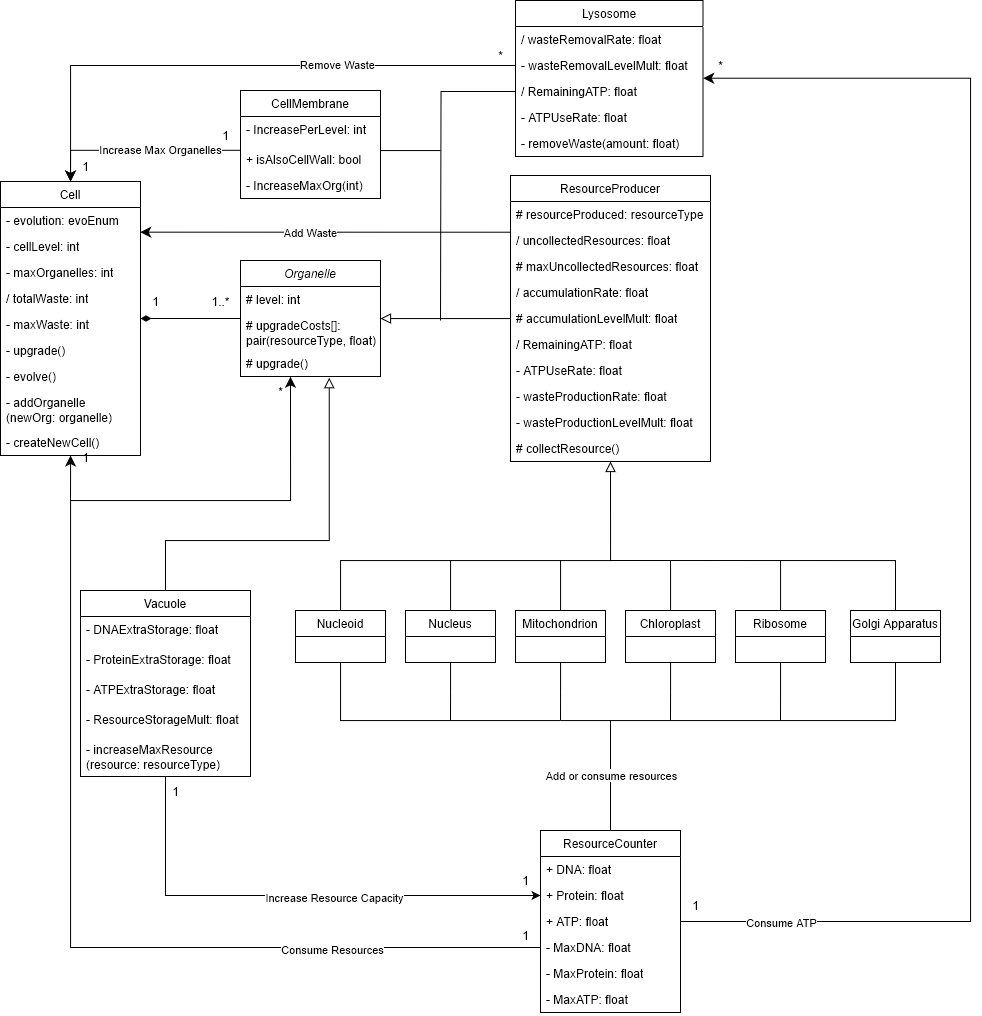
joyp72/Cell-Builder keeps this draw.io diagram as images/class.png. Above is the earlier version. Source tidied: cells renumbered, new cells last; positions are measured from the earlier drawing's top-left corner, leaving out a move shared by most shapes.
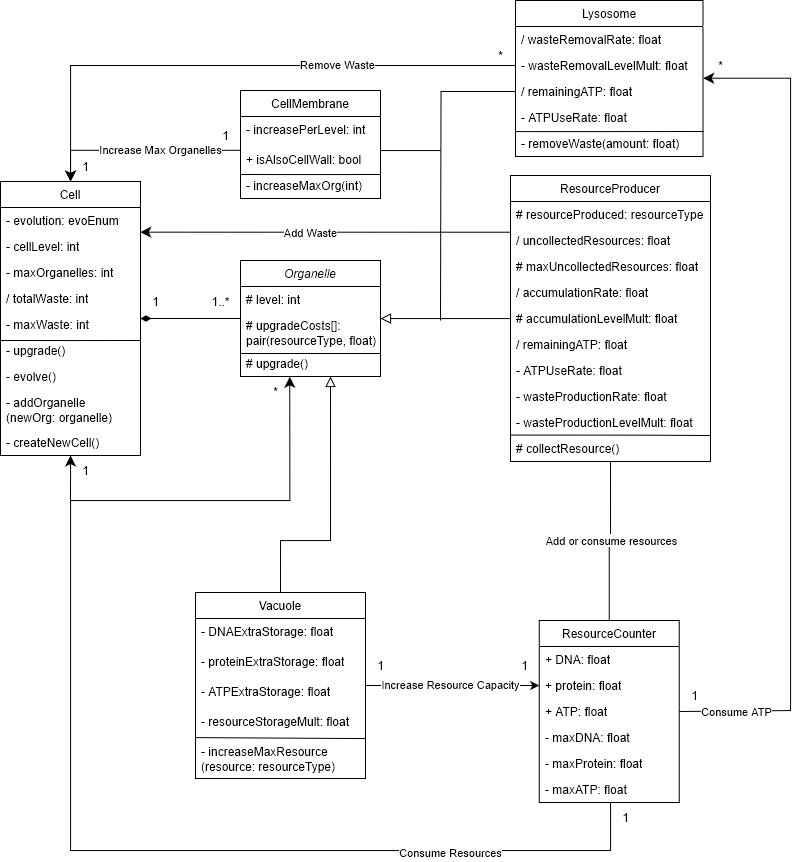
After the change.

Commit message:
update class diagram

Diff of the diagram source:
```diff
@@ -27,2 +27,11 @@
     </mxCell>
+    <mxCell id="100" style="edgeStyle=orthogonalEdgeStyle;rounded=0;orthogonalLoop=1;jettySize=auto;html=1;endArrow=none;endFill=0;" parent="3" edge="1">
+      <mxGeometry relative="1" as="geometry">
+        <mxPoint y="159" as="sourcePoint" />
+        <mxPoint x="140" y="159" as="targetPoint" />
+        <Array as="points">
+          <mxPoint x="70" y="159" />
+        </Array>
+      </mxGeometry>
+    </mxCell>
     <mxCell id="9" value="&lt;div&gt;- upgrade()&lt;/div&gt;" style="text;strokeColor=none;fillColor=none;align=left;verticalAlign=top;spacingLeft=4;spacingRight=4;overflow=hidden;whiteSpace=wrap;html=1;" parent="3" vertex="1">
@@ -91,3 +100,3 @@
     </mxCell>
-    <mxCell id="27" value="/ RemainingATP: float" style="text;strokeColor=none;fillColor=none;align=left;verticalAlign=top;spacingLeft=4;spacingRight=4;overflow=hidden;whiteSpace=wrap;html=1;" parent="21" vertex="1">
+    <mxCell id="27" value="/ remainingATP: float" style="text;strokeColor=none;fillColor=none;align=left;verticalAlign=top;spacingLeft=4;spacingRight=4;overflow=hidden;whiteSpace=wrap;html=1;" parent="21" vertex="1">
       <mxGeometry y="156" width="200" height="26" as="geometry" />
@@ -103,2 +112,10 @@
     </mxCell>
+    <mxCell id="101" style="edgeStyle=orthogonalEdgeStyle;rounded=0;jettySize=auto;html=1;endArrow=none;endFill=0;exitX=0;exitY=0.983;exitDx=0;exitDy=0;exitPerimeter=0;" parent="21" edge="1" source="30">
+      <mxGeometry relative="1" as="geometry">
+        <mxPoint x="200" y="260" as="targetPoint" />
+        <Array as="points">
+          <mxPoint x="130" y="260" />
+        </Array>
+      </mxGeometry>
+    </mxCell>
     <mxCell id="31" value="# collectResource()" style="text;strokeColor=none;fillColor=none;align=left;verticalAlign=top;spacingLeft=4;spacingRight=4;overflow=hidden;whiteSpace=wrap;html=1;" parent="21" vertex="1">
@@ -107,3 +124,3 @@
     <mxCell id="32" value="ResourceCounter" style="swimlane;fontStyle=0;horizontal=1;startSize=26;fillColor=none;whiteSpace=wrap;html=1;" parent="1" vertex="1">
-      <mxGeometry x="540" y="830" width="140" height="182" as="geometry" />
+      <mxGeometry x="538.8" y="620" width="140" height="182" as="geometry" />
     </mxCell>
@@ -112,3 +129,3 @@
     </mxCell>
-    <mxCell id="34" value="+ Protein: float" style="text;strokeColor=none;fillColor=none;align=left;verticalAlign=top;spacingLeft=4;spacingRight=4;overflow=hidden;points=[[0,0.5],[1,0.5]];portConstraint=eastwest;whiteSpace=wrap;html=1;" parent="32" vertex="1">
+    <mxCell id="34" value="+ protein: float" style="text;strokeColor=none;fillColor=none;align=left;verticalAlign=top;spacingLeft=4;spacingRight=4;overflow=hidden;points=[[0,0.5],[1,0.5]];portConstraint=eastwest;whiteSpace=wrap;html=1;" parent="32" vertex="1">
       <mxGeometry y="52" width="140" height="26" as="geometry" />
@@ -118,9 +135,9 @@
     </mxCell>
-    <mxCell id="36" value="- MaxDNA: float" style="text;strokeColor=none;fillColor=none;align=left;verticalAlign=top;spacingLeft=4;spacingRight=4;overflow=hidden;points=[[0,0.5],[1,0.5]];portConstraint=eastwest;whiteSpace=wrap;html=1;" parent="32" vertex="1">
+    <mxCell id="36" value="- maxDNA: float" style="text;strokeColor=none;fillColor=none;align=left;verticalAlign=top;spacingLeft=4;spacingRight=4;overflow=hidden;points=[[0,0.5],[1,0.5]];portConstraint=eastwest;whiteSpace=wrap;html=1;" parent="32" vertex="1">
       <mxGeometry y="104" width="140" height="26" as="geometry" />
     </mxCell>
-    <mxCell id="37" value="- MaxProtein: float" style="text;strokeColor=none;fillColor=none;align=left;verticalAlign=top;spacingLeft=4;spacingRight=4;overflow=hidden;whiteSpace=wrap;html=1;" parent="32" vertex="1">
+    <mxCell id="37" value="- maxProtein: float" style="text;strokeColor=none;fillColor=none;align=left;verticalAlign=top;spacingLeft=4;spacingRight=4;overflow=hidden;whiteSpace=wrap;html=1;" parent="32" vertex="1">
       <mxGeometry y="130" width="140" height="26" as="geometry" />
     </mxCell>
-    <mxCell id="38" value="- MaxATP: float" style="text;strokeColor=none;fillColor=none;align=left;verticalAlign=top;spacingLeft=4;spacingRight=4;overflow=hidden;whiteSpace=wrap;html=1;" parent="32" vertex="1">
+    <mxCell id="38" value="- maxATP: float" style="text;strokeColor=none;fillColor=none;align=left;verticalAlign=top;spacingLeft=4;spacingRight=4;overflow=hidden;whiteSpace=wrap;html=1;" parent="32" vertex="1">
       <mxGeometry y="156" width="140" height="26" as="geometry" />
@@ -131,6 +148,8 @@
     <mxCell id="40" value="Increase Resource Capacity" style="edgeLabel;html=1;align=center;verticalAlign=middle;" parent="39" vertex="1">
-      <mxGeometry x="0.16" y="-1" relative="1" as="geometry" />
+      <mxGeometry x="0.16" y="-1" relative="1" as="geometry">
+        <mxPoint x="-17" y="-3" as="offset" />
+      </mxGeometry>
     </mxCell>
     <mxCell id="41" value="Vacuole" style="swimlane;fontStyle=0;horizontal=1;startSize=26;fillColor=none;whiteSpace=wrap;html=1;" parent="1" vertex="1">
-      <mxGeometry x="80" y="590" width="170" height="186" as="geometry" />
+      <mxGeometry x="195" y="592" width="170" height="186" as="geometry" />
     </mxCell>
@@ -139,3 +158,3 @@
     </mxCell>
-    <mxCell id="43" value="- ProteinExtraStorage: float" style="text;strokeColor=none;fillColor=none;align=left;verticalAlign=top;spacingLeft=4;spacingRight=4;overflow=hidden;whiteSpace=wrap;html=1;" parent="41" vertex="1">
+    <mxCell id="43" value="- proteinExtraStorage: float" style="text;strokeColor=none;fillColor=none;align=left;verticalAlign=top;spacingLeft=4;spacingRight=4;overflow=hidden;whiteSpace=wrap;html=1;" parent="41" vertex="1">
       <mxGeometry y="56" width="170" height="30" as="geometry" />
@@ -145,3 +164,3 @@
     </mxCell>
-    <mxCell id="45" value="- ResourceStorageMult: float" style="text;strokeColor=none;fillColor=none;align=left;verticalAlign=top;spacingLeft=4;spacingRight=4;overflow=hidden;whiteSpace=wrap;html=1;" parent="41" vertex="1">
+    <mxCell id="45" value="- resourceStorageMult: float" style="text;strokeColor=none;fillColor=none;align=left;verticalAlign=top;spacingLeft=4;spacingRight=4;overflow=hidden;whiteSpace=wrap;html=1;" parent="41" vertex="1">
       <mxGeometry y="116" width="170" height="30" as="geometry" />
@@ -151,9 +170,4 @@
     </mxCell>
-    <mxCell id="47" style="edgeStyle=orthogonalEdgeStyle;rounded=0;jettySize=auto;html=1;endArrow=none;endFill=0;entryX=0.5;entryY=0;entryDx=0;entryDy=0;startSize=8;endSize=8;" parent="1" edge="1" target="32">
-      <mxGeometry relative="1" as="geometry">
-        <mxPoint x="610" y="720" as="sourcePoint" />
-        <Array as="points">
-          <mxPoint x="610" y="720" />
-        </Array>
-      </mxGeometry>
+    <mxCell id="47" style="edgeStyle=orthogonalEdgeStyle;rounded=0;jettySize=auto;html=1;endArrow=none;endFill=0;entryX=0.5;entryY=0;entryDx=0;entryDy=0;startSize=8;endSize=8;exitX=0.5;exitY=1;exitDx=0;exitDy=0;startArrow=none;startFill=0;" parent="1" edge="1" source="21" target="32">
+      <mxGeometry relative="1" as="geometry" />
     </mxCell>
@@ -162,110 +176,8 @@
     </mxCell>
-    <mxCell id="49" style="edgeStyle=orthogonalEdgeStyle;rounded=0;jettySize=auto;html=1;endArrow=block;endFill=0;startSize=8;endSize=8;entryX=0.5;entryY=1;entryDx=0;entryDy=0;" parent="1" edge="1" source="50" target="21">
-      <mxGeometry relative="1" as="geometry">
-        <Array as="points">
-          <mxPoint x="560" y="560" />
-          <mxPoint x="610" y="560" />
-        </Array>
-      </mxGeometry>
-    </mxCell>
-    <mxCell id="50" value="Mitochondrion" style="swimlane;fontStyle=0;horizontal=1;startSize=26;fillColor=none;whiteSpace=wrap;html=1;" parent="1" vertex="1">
-      <mxGeometry x="515" y="610" width="90" height="52" as="geometry" />
-    </mxCell>
-    <mxCell id="51" style="edgeStyle=orthogonalEdgeStyle;rounded=0;jettySize=auto;html=1;endArrow=none;endFill=0;" parent="1" edge="1" source="53">
-      <mxGeometry relative="1" as="geometry">
-        <mxPoint x="670" y="720" as="targetPoint" />
-      </mxGeometry>
-    </mxCell>
-    <mxCell id="52" style="edgeStyle=orthogonalEdgeStyle;rounded=0;jettySize=auto;html=1;endArrow=none;endFill=0;" parent="1" edge="1" source="53">
-      <mxGeometry relative="1" as="geometry">
-        <mxPoint x="670" y="560" as="targetPoint" />
-        <Array as="points">
-          <mxPoint x="670" y="570" />
-          <mxPoint x="670" y="570" />
-        </Array>
-      </mxGeometry>
-    </mxCell>
-    <mxCell id="53" value="Chloroplast" style="swimlane;fontStyle=0;horizontal=1;startSize=26;fillColor=none;whiteSpace=wrap;html=1;" parent="1" vertex="1">
-      <mxGeometry x="625" y="610" width="90" height="52" as="geometry" />
-    </mxCell>
-    <mxCell id="54" style="edgeStyle=orthogonalEdgeStyle;rounded=0;jettySize=auto;html=1;endArrow=none;endFill=0;" parent="1" edge="1" source="55">
-      <mxGeometry relative="1" as="geometry">
-        <mxPoint x="560" y="560" as="targetPoint" />
-        <Array as="points">
-          <mxPoint x="450" y="560" />
-          <mxPoint x="560" y="560" />
-        </Array>
-      </mxGeometry>
-    </mxCell>
-    <mxCell id="55" value="Nucleus" style="swimlane;fontStyle=0;horizontal=1;startSize=26;fillColor=none;whiteSpace=wrap;html=1;" parent="1" vertex="1">
-      <mxGeometry x="405" y="610" width="90" height="52" as="geometry" />
-    </mxCell>
-    <mxCell id="56" style="edgeStyle=orthogonalEdgeStyle;rounded=0;jettySize=auto;html=1;endArrow=none;endFill=0;" parent="1" edge="1" source="58">
-      <mxGeometry relative="1" as="geometry">
-        <mxPoint x="560" y="720" as="targetPoint" />
-        <Array as="points">
-          <mxPoint x="340" y="720" />
-          <mxPoint x="560" y="720" />
-        </Array>
-      </mxGeometry>
-    </mxCell>
-    <mxCell id="57" style="edgeStyle=orthogonalEdgeStyle;rounded=0;jettySize=auto;html=1;endArrow=none;endFill=0;" parent="1" edge="1" source="58">
-      <mxGeometry relative="1" as="geometry">
-        <mxPoint x="450" y="560" as="targetPoint" />
-        <Array as="points">
-          <mxPoint x="340" y="560" />
-          <mxPoint x="450" y="560" />
-        </Array>
-      </mxGeometry>
-    </mxCell>
-    <mxCell id="58" value="Nucleoid" style="swimlane;fontStyle=0;horizontal=1;startSize=26;fillColor=none;whiteSpace=wrap;html=1;" parent="1" vertex="1">
-      <mxGeometry x="295" y="610" width="90" height="52" as="geometry" />
-    </mxCell>
-    <mxCell id="59" style="edgeStyle=orthogonalEdgeStyle;rounded=0;jettySize=auto;html=1;endArrow=none;endFill=0;" parent="1" edge="1" source="61">
-      <mxGeometry relative="1" as="geometry">
-        <mxPoint x="780" y="720" as="targetPoint" />
-      </mxGeometry>
-    </mxCell>
-    <mxCell id="60" style="edgeStyle=orthogonalEdgeStyle;rounded=0;jettySize=auto;html=1;endArrow=none;endFill=0;" parent="1" edge="1" source="61">
-      <mxGeometry relative="1" as="geometry">
-        <mxPoint x="780" y="560" as="targetPoint" />
-        <Array as="points">
-          <mxPoint x="780" y="560" />
-          <mxPoint x="780" y="560" />
-        </Array>
-      </mxGeometry>
-    </mxCell>
-    <mxCell id="61" value="Ribosome" style="swimlane;fontStyle=0;horizontal=1;startSize=26;fillColor=none;whiteSpace=wrap;html=1;" parent="1" vertex="1">
-      <mxGeometry x="735" y="610" width="90" height="52" as="geometry" />
-    </mxCell>
-    <mxCell id="62" style="edgeStyle=orthogonalEdgeStyle;rounded=0;jettySize=auto;html=1;endArrow=none;endFill=0;" parent="1" edge="1" source="64">
-      <mxGeometry relative="1" as="geometry">
-        <mxPoint x="610" y="560" as="targetPoint" />
-        <Array as="points">
-          <mxPoint x="895" y="560" />
-        </Array>
-      </mxGeometry>
-    </mxCell>
-    <mxCell id="63" style="edgeStyle=orthogonalEdgeStyle;rounded=0;jettySize=auto;html=1;endArrow=none;endFill=0;" parent="1" edge="1" source="64">
-      <mxGeometry relative="1" as="geometry">
-        <mxPoint x="560" y="720" as="targetPoint" />
-        <Array as="points">
-          <mxPoint x="895" y="720" />
-          <mxPoint x="560" y="720" />
-        </Array>
-      </mxGeometry>
-    </mxCell>
-    <mxCell id="64" value="Golgi Apparatus" style="swimlane;fontStyle=0;horizontal=1;startSize=26;fillColor=none;whiteSpace=wrap;html=1;" parent="1" vertex="1">
-      <mxGeometry x="850" y="610" width="90" height="52" as="geometry" />
-    </mxCell>
-    <mxCell id="65" style="edgeStyle=orthogonalEdgeStyle;rounded=0;jettySize=auto;html=1;endArrow=none;endFill=0;" parent="1" edge="1" source="55">
-      <mxGeometry relative="1" as="geometry">
-        <mxPoint x="450" y="720" as="targetPoint" />
-      </mxGeometry>
-    </mxCell>
-    <mxCell id="66" style="edgeStyle=orthogonalEdgeStyle;rounded=0;jettySize=auto;html=1;endArrow=block;endFill=0;exitX=0.5;exitY=0;exitDx=0;exitDy=0;endSize=8;entryX=0.634;entryY=1.046;entryDx=0;entryDy=0;entryPerimeter=0;" parent="1" edge="1" source="41" target="18">
+    <mxCell id="66" style="edgeStyle=orthogonalEdgeStyle;rounded=0;jettySize=auto;html=1;endArrow=block;endFill=0;exitX=0.5;exitY=0;exitDx=0;exitDy=0;endSize=8;" parent="1" edge="1" source="41">
       <mxGeometry relative="1" as="geometry">
+        <mxPoint x="330" y="376" as="targetPoint" />
         <Array as="points">
-          <mxPoint x="165" y="540" />
-          <mxPoint x="329" y="540" />
+          <mxPoint x="280" y="540" />
+          <mxPoint x="330" y="540" />
         </Array>
@@ -273,7 +185,2 @@
     </mxCell>
-    <mxCell id="67" style="edgeStyle=orthogonalEdgeStyle;rounded=0;jettySize=auto;html=1;endArrow=none;endFill=0;" parent="1" edge="1" source="50">
-      <mxGeometry relative="1" as="geometry">
-        <mxPoint x="560" y="720" as="targetPoint" />
-      </mxGeometry>
-    </mxCell>
     <mxCell id="68" value="1..*" style="text;html=1;align=center;verticalAlign=middle;strokeColor=none;fillColor=none;" parent="1" vertex="1">
@@ -303,3 +210,3 @@
     </mxCell>
-    <mxCell id="74" value="&lt;div&gt;- IncreasePerLevel: int&lt;/div&gt;" style="text;strokeColor=none;fillColor=none;align=left;verticalAlign=top;spacingLeft=4;spacingRight=4;overflow=hidden;whiteSpace=wrap;html=1;" parent="73" vertex="1">
+    <mxCell id="74" value="&lt;div&gt;- increasePerLevel: int&lt;/div&gt;" style="text;strokeColor=none;fillColor=none;align=left;verticalAlign=top;spacingLeft=4;spacingRight=4;overflow=hidden;whiteSpace=wrap;html=1;" parent="73" vertex="1">
       <mxGeometry y="26" width="140" height="30" as="geometry" />
@@ -309,3 +216,3 @@
     </mxCell>
-    <mxCell id="76" value="- IncreaseMaxOrg(int)" style="text;strokeColor=none;fillColor=none;align=left;verticalAlign=top;spacingLeft=4;spacingRight=4;overflow=hidden;whiteSpace=wrap;html=1;" parent="73" vertex="1">
+    <mxCell id="76" value="- increaseMaxOrg(int)" style="text;strokeColor=none;fillColor=none;align=left;verticalAlign=top;spacingLeft=4;spacingRight=4;overflow=hidden;whiteSpace=wrap;html=1;" parent="73" vertex="1">
       <mxGeometry y="82" width="140" height="26" as="geometry" />
@@ -321,3 +228,3 @@
     </mxCell>
-    <mxCell id="80" value="/ RemainingATP: float" style="text;strokeColor=none;fillColor=none;align=left;verticalAlign=top;spacingLeft=4;spacingRight=4;overflow=hidden;points=[[0,0.5],[1,0.5]];portConstraint=eastwest;whiteSpace=wrap;html=1;" parent="77" vertex="1">
+    <mxCell id="80" value="/ remainingATP: float" style="text;strokeColor=none;fillColor=none;align=left;verticalAlign=top;spacingLeft=4;spacingRight=4;overflow=hidden;points=[[0,0.5],[1,0.5]];portConstraint=eastwest;whiteSpace=wrap;html=1;" parent="77" vertex="1">
       <mxGeometry y="78" width="187.5" height="26" as="geometry" />
@@ -343,7 +250,7 @@
     </mxCell>
-    <mxCell id="86" style="edgeStyle=orthogonalEdgeStyle;rounded=0;jettySize=auto;html=1;endSize=8;entryX=1.001;entryY=-0.011;entryDx=0;entryDy=0;entryPerimeter=0;" parent="1" edge="1" source="35" target="80">
+    <mxCell id="86" style="edgeStyle=orthogonalEdgeStyle;rounded=0;jettySize=auto;html=1;endSize=8;entryX=1.001;entryY=-0.011;entryDx=0;entryDy=0;entryPerimeter=0;exitX=1;exitY=0.5;exitDx=0;exitDy=0;" parent="1" edge="1" source="35" target="80">
       <mxGeometry relative="1" as="geometry">
         <Array as="points">
-          <mxPoint x="970" y="921" />
-          <mxPoint x="970" y="78" />
+          <mxPoint x="790" y="710" />
+          <mxPoint x="790" y="78" />
         </Array>
@@ -353,11 +260,12 @@
       <mxGeometry x="0.01" y="1" relative="1" as="geometry">
-        <mxPoint x="-189" y="421" as="offset" />
+        <mxPoint x="-54" y="310" as="offset" />
       </mxGeometry>
     </mxCell>
-    <mxCell id="88" style="edgeStyle=orthogonalEdgeStyle;rounded=0;jettySize=auto;html=1;endSize=8;exitX=0;exitY=0.5;exitDx=0;exitDy=0;entryX=0.357;entryY=1.009;entryDx=0;entryDy=0;entryPerimeter=0;" parent="1" edge="1" source="36" target="18">
+    <mxCell id="88" style="edgeStyle=orthogonalEdgeStyle;rounded=0;jettySize=auto;html=1;endSize=8;entryX=0.352;entryY=1.011;entryDx=0;entryDy=0;entryPerimeter=0;" parent="1" edge="1" source="32" target="18">
       <mxGeometry relative="1" as="geometry">
         <Array as="points">
-          <mxPoint x="70" y="947" />
+          <mxPoint x="610" y="850" />
+          <mxPoint x="70" y="850" />
           <mxPoint x="70" y="500" />
-          <mxPoint x="290" y="500" />
+          <mxPoint x="289" y="500" />
         </Array>
@@ -366,21 +274,23 @@
     <mxCell id="89" value="Consume Resources" style="edgeLabel;html=1;align=center;verticalAlign=middle;" parent="88" vertex="1">
-      <mxGeometry x="-0.67" y="1" relative="1" as="geometry" />
+      <mxGeometry x="-0.67" y="1" relative="1" as="geometry">
+        <mxPoint x="3" as="offset" />
+      </mxGeometry>
     </mxCell>
     <mxCell id="90" value="1" style="text;html=1;align=center;verticalAlign=middle;strokeColor=none;fillColor=none;" parent="1" vertex="1">
-      <mxGeometry x="70" y="442" width="30" height="30" as="geometry" />
+      <mxGeometry x="70" y="455" width="30" height="30" as="geometry" />
     </mxCell>
     <mxCell id="91" value="1" style="text;html=1;align=center;verticalAlign=middle;strokeColor=none;fillColor=none;" parent="1" vertex="1">
-      <mxGeometry x="510" y="920" width="30" height="30" as="geometry" />
+      <mxGeometry x="610" y="802" width="30" height="30" as="geometry" />
     </mxCell>
     <mxCell id="92" value="*" style="text;html=1;align=center;verticalAlign=middle;strokeColor=none;fillColor=none;" parent="1" vertex="1">
-      <mxGeometry x="265" y="376" width="30" height="30" as="geometry" />
+      <mxGeometry x="260" y="376" width="30" height="30" as="geometry" />
     </mxCell>
     <mxCell id="93" value="1" style="text;html=1;align=center;verticalAlign=middle;strokeColor=none;fillColor=none;" parent="1" vertex="1">
-      <mxGeometry x="510" y="865" width="30" height="30" as="geometry" />
+      <mxGeometry x="508.8" y="650" width="30" height="30" as="geometry" />
     </mxCell>
     <mxCell id="94" value="1" style="text;html=1;align=center;verticalAlign=middle;strokeColor=none;fillColor=none;" parent="1" vertex="1">
-      <mxGeometry x="680" y="890" width="30" height="30" as="geometry" />
+      <mxGeometry x="678.8" y="680" width="30" height="30" as="geometry" />
     </mxCell>
     <mxCell id="95" value="1" style="text;html=1;align=center;verticalAlign=middle;strokeColor=none;fillColor=none;" parent="1" vertex="1">
-      <mxGeometry x="160" y="776" width="30" height="30" as="geometry" />
+      <mxGeometry x="365" y="650" width="30" height="30" as="geometry" />
     </mxCell>
@@ -398,2 +308,36 @@
     </mxCell>
+    <mxCell id="102" style="edgeStyle=orthogonalEdgeStyle;rounded=0;orthogonalLoop=1;jettySize=auto;html=1;endArrow=none;endFill=0;" parent="1" edge="1">
+      <mxGeometry relative="1" as="geometry">
+        <mxPoint x="240" y="353" as="sourcePoint" />
+        <mxPoint x="380" y="353" as="targetPoint" />
+        <Array as="points">
+          <mxPoint x="310" y="353" />
+        </Array>
+      </mxGeometry>
+    </mxCell>
+    <mxCell id="103" style="edgeStyle=orthogonalEdgeStyle;rounded=0;orthogonalLoop=1;jettySize=auto;html=1;endArrow=none;endFill=0;" parent="1" edge="1">
+      <mxGeometry relative="1" as="geometry">
+        <mxPoint x="240" y="174" as="sourcePoint" />
+        <mxPoint x="380" y="174" as="targetPoint" />
+        <Array as="points">
+          <mxPoint x="310" y="174" />
+        </Array>
+      </mxGeometry>
+    </mxCell>
+    <mxCell id="104" style="edgeStyle=orthogonalEdgeStyle;rounded=0;jettySize=auto;html=1;endArrow=none;endFill=0;exitX=0.002;exitY=0.041;exitDx=0;exitDy=0;exitPerimeter=0;" parent="1" edge="1" source="82">
+      <mxGeometry relative="1" as="geometry">
+        <mxPoint x="703" y="131" as="targetPoint" />
+        <Array as="points">
+          <mxPoint x="563" y="131" />
+        </Array>
+      </mxGeometry>
+    </mxCell>
+    <mxCell id="105" style="edgeStyle=orthogonalEdgeStyle;rounded=0;jettySize=auto;html=1;endArrow=none;endFill=0;exitX=0.002;exitY=-0.022;exitDx=0;exitDy=0;exitPerimeter=0;" parent="1" edge="1" source="46">
+      <mxGeometry relative="1" as="geometry">
+        <mxPoint x="365" y="738" as="targetPoint" />
+        <Array as="points">
+          <mxPoint x="365" y="738" />
+        </Array>
+      </mxGeometry>
+    </mxCell>
   </root>
```
